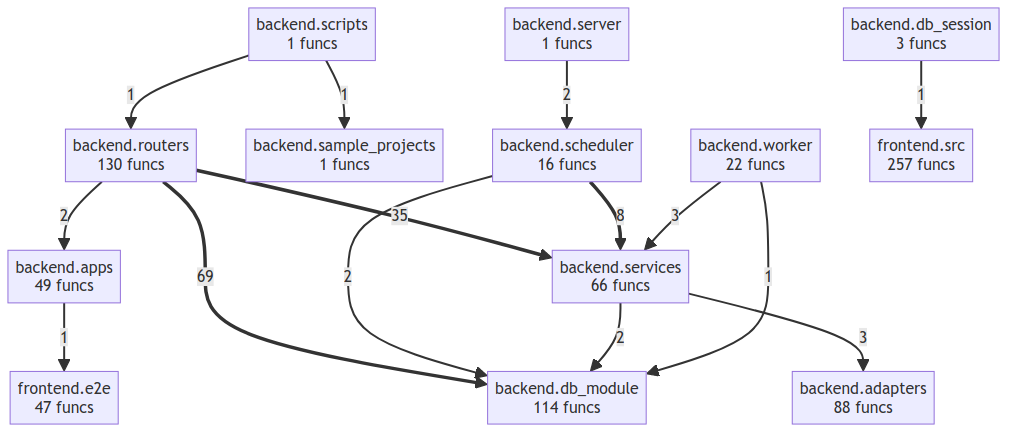
semcod/www keeps this Mermaid diagram as project/compact_flow.png. Above is the earlier version. Its source is kept beside it as project/compact_flow.mmd.
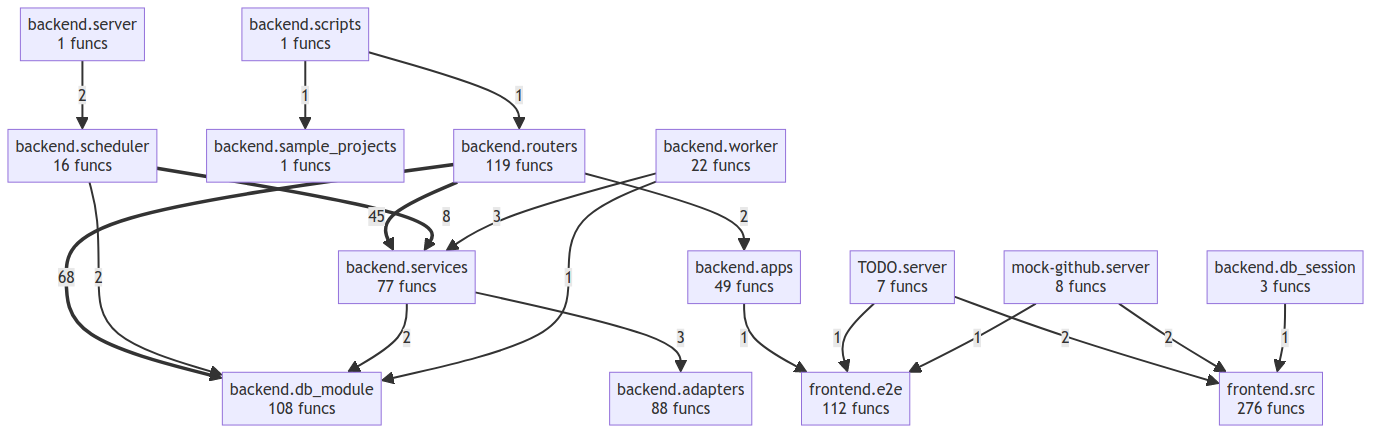
After the change.

Diff of the diagram source:
```diff
@@ -1,19 +1,21 @@
 flowchart TD
+    TODO__server["TODO.server<br/>7 funcs"]
     backend__adapters["backend.adapters<br/>88 funcs"]
     backend__apps["backend.apps<br/>49 funcs"]
-    backend__db_module["backend.db_module<br/>114 funcs"]
+    backend__db_module["backend.db_module<br/>108 funcs"]
     backend__db_session["backend.db_session<br/>3 funcs"]
-    backend__routers["backend.routers<br/>130 funcs"]
+    backend__routers["backend.routers<br/>119 funcs"]
     backend__sample_projects["backend.sample_projects<br/>1 funcs"]
     backend__scheduler["backend.scheduler<br/>16 funcs"]
     backend__scripts["backend.scripts<br/>1 funcs"]
     backend__server["backend.server<br/>1 funcs"]
-    backend__services["backend.services<br/>66 funcs"]
+    backend__services["backend.services<br/>77 funcs"]
     backend__worker["backend.worker<br/>22 funcs"]
-    frontend__e2e["frontend.e2e<br/>47 funcs"]
-    frontend__src["frontend.src<br/>257 funcs"]
-    backend__routers ==>|69| backend__db_module
-    backend__routers ==>|35| backend__services
+    frontend__e2e["frontend.e2e<br/>112 funcs"]
+    frontend__src["frontend.src<br/>276 funcs"]
+    mock_github__server["mock-github.server<br/>8 funcs"]
+    backend__routers ==>|68| backend__db_module
+    backend__routers ==>|45| backend__services
     backend__scheduler ==>|8| backend__services
     backend__services -->|3| backend__adapters
     backend__worker -->|3| backend__services
@@ -21,8 +23,12 @@
     backend__scheduler -->|2| backend__db_module
     backend__services -->|2| backend__db_module
     backend__routers -->|2| backend__apps
+    TODO__server -->|2| frontend__src
+    mock_github__server -->|2| frontend__src
     backend__db_session -->|1| frontend__src
     backend__worker -->|1| backend__db_module
     backend__scripts -->|1| backend__sample_projects
     backend__scripts -->|1| backend__routers
     backend__apps -->|1| frontend__e2e
+    TODO__server -->|1| frontend__e2e
+    mock_github__server -->|1| frontend__e2e
```
